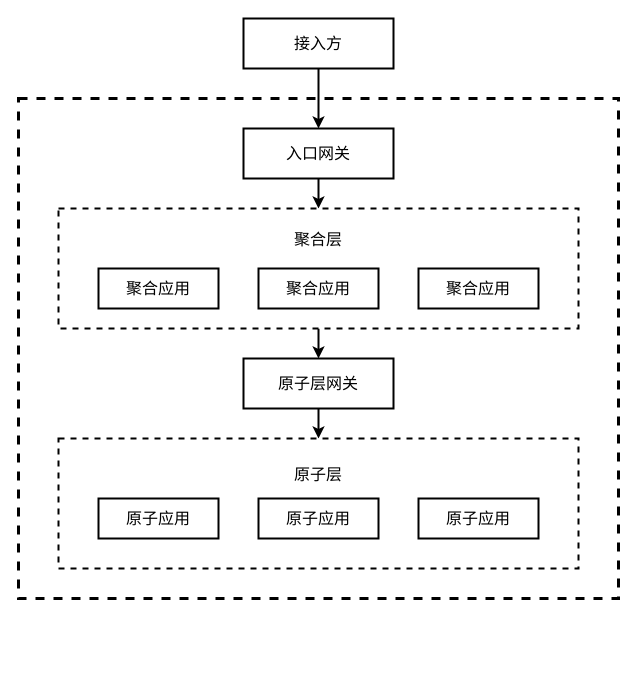
This is sse/业务中台现状.drawio from yimzncy/draw, a draw.io file, before an edit. Source tidied: cells renumbered, new cells numbered last; positions are measured from the earlier drawing's top-left corner, leaving out a move shared by most shapes. Both pictures are drawn from the tidied source at 100%, with x=0, y=0 at pixel (18, 18).
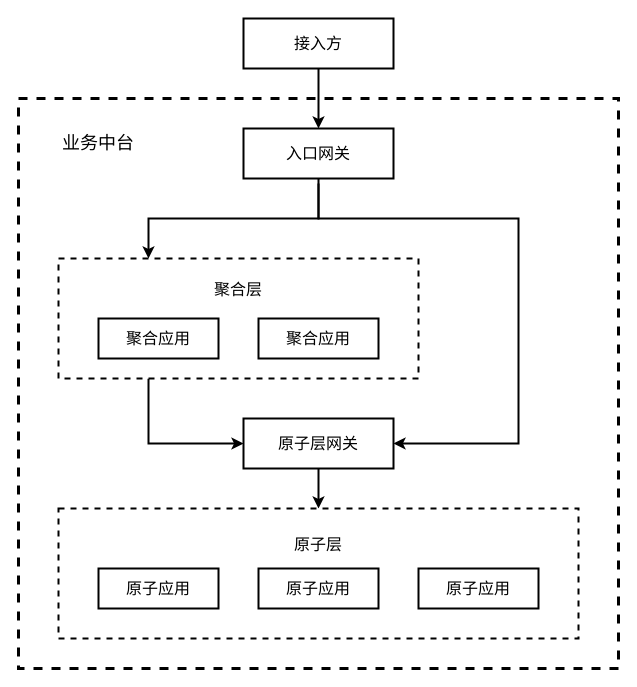
After the change.

Commit message:
Update 业务中台现状.drawio

Unchanged cells that the change refers to:
```xml
<mxCell id="6" value="入口网关" style="rounded=0;whiteSpace=wrap;html=1;strokeWidth=2;gradientColor=none;fontSize=16;" parent="1" vertex="1">
  <mxGeometry x="225" y="110" width="150" height="50" as="geometry" />
</mxCell>
```

Diff of the diagram source:
```diff
@@
     <mxCell id="2" style="rounded=0;whiteSpace=wrap;html=1;fillColor=none;dashed=1;strokeWidth=3;" parent="1" vertex="1">
-      <mxGeometry y="80" width="600" height="500" as="geometry" />
+      <mxGeometry y="80" width="600" height="570" as="geometry" />
     </mxCell>
@@
-    <mxCell id="5" style="edgeStyle=orthogonalEdgeStyle;rounded=0;jettySize=auto;html=1;exitX=0.5;exitY=1;exitDx=0;exitDy=0;entryX=0.5;entryY=0;entryDx=0;entryDy=0;strokeWidth=2;fontSize=16;" parent="1" edge="1" source="6" target="8">
+    <mxCell id="5" style="edgeStyle=orthogonalEdgeStyle;rounded=0;jettySize=auto;html=1;exitX=0.5;exitY=1;exitDx=0;exitDy=0;entryX=0.25;entryY=0;entryDx=0;entryDy=0;strokeWidth=2;" parent="1" edge="1" source="6" target="8">
       <mxGeometry relative="1" as="geometry" />
     </mxCell>
+    <mxCell id="18" style="edgeStyle=orthogonalEdgeStyle;rounded=0;jettySize=auto;html=1;strokeWidth=2;exitX=0.5;exitY=1;exitDx=0;exitDy=0;endArrow=classic;endFill=1;entryX=1;entryY=0.5;entryDx=0;entryDy=0;" parent="1" edge="1" target="10">
+      <mxGeometry relative="1" as="geometry">
+        <mxPoint x="300" y="165" as="sourcePoint" />
+        <Array as="points">
+          <mxPoint x="300" y="200" />
+          <mxPoint x="500" y="200" />
+          <mxPoint x="500" y="425" />
+        </Array>
+      </mxGeometry>
+    </mxCell>
@@
-    <mxCell id="7" style="edgeStyle=orthogonalEdgeStyle;rounded=0;jettySize=auto;html=1;exitX=0.5;exitY=1;exitDx=0;exitDy=0;entryX=0.5;entryY=0;entryDx=0;entryDy=0;strokeWidth=2;fontSize=16;" parent="1" edge="1" source="8" target="10">
+    <mxCell id="7" style="edgeStyle=orthogonalEdgeStyle;rounded=0;jettySize=auto;html=1;exitX=0.25;exitY=1;exitDx=0;exitDy=0;entryX=0;entryY=0.5;entryDx=0;entryDy=0;endArrow=classic;endFill=1;strokeWidth=2;" parent="1" edge="1" source="8" target="10">
       <mxGeometry relative="1" as="geometry" />
     </mxCell>
     <mxCell id="8" value="聚合层&lt;br&gt;&lt;br&gt;&lt;br&gt;&lt;br&gt;" style="rounded=0;whiteSpace=wrap;html=1;strokeWidth=2;fillColor=#ffffff;gradientColor=none;fontSize=16;dashed=1;" parent="1" vertex="1">
-      <mxGeometry x="40" y="190" width="520" height="120" as="geometry" />
+      <mxGeometry x="40" y="240" width="360" height="120" as="geometry" />
     </mxCell>
-    <mxCell id="9" style="edgeStyle=orthogonalEdgeStyle;rounded=0;jettySize=auto;html=1;exitX=0.5;exitY=1;exitDx=0;exitDy=0;entryX=0.5;entryY=0;entryDx=0;entryDy=0;strokeWidth=2;fontSize=16;" parent="1" edge="1" source="10" target="11">
+    <mxCell id="9" style="edgeStyle=orthogonalEdgeStyle;rounded=0;jettySize=auto;html=1;entryX=0.5;entryY=0;entryDx=0;entryDy=0;strokeWidth=2;" parent="1" edge="1" source="10" target="11">
       <mxGeometry relative="1" as="geometry" />
     </mxCell>
     <mxCell id="10" value="原子层网关" style="rounded=0;whiteSpace=wrap;html=1;strokeWidth=2;gradientColor=none;fontSize=16;" parent="1" vertex="1">
-      <mxGeometry x="225" y="340" width="150" height="50" as="geometry" />
+      <mxGeometry x="225" y="400" width="150" height="50" as="geometry" />
     </mxCell>
     <mxCell id="11" value="原子层&lt;br&gt;&lt;br&gt;&lt;br&gt;&lt;br&gt;" style="rounded=0;whiteSpace=wrap;html=1;strokeWidth=2;fillColor=#ffffff;gradientColor=none;fontSize=16;dashed=1;" parent="1" vertex="1">
-      <mxGeometry x="40" y="420" width="520" height="130" as="geometry" />
+      <mxGeometry x="40" y="490" width="520" height="130" as="geometry" />
     </mxCell>
     <mxCell id="12" value="聚合应用" style="rounded=0;whiteSpace=wrap;html=1;strokeWidth=2;fillColor=#ffffff;gradientColor=none;fontSize=16;" parent="1" vertex="1">
-      <mxGeometry x="80" y="250" width="120" height="40" as="geometry" />
+      <mxGeometry x="80" y="300" width="120" height="40" as="geometry" />
     </mxCell>
     <mxCell id="13" value="聚合应用" style="rounded=0;whiteSpace=wrap;html=1;strokeWidth=2;fillColor=#ffffff;gradientColor=none;fontSize=16;" parent="1" vertex="1">
-      <mxGeometry x="240" y="250" width="120" height="40" as="geometry" />
+      <mxGeometry x="240" y="300" width="120" height="40" as="geometry" />
     </mxCell>
-    <mxCell id="14" value="聚合应用" style="rounded=0;whiteSpace=wrap;html=1;strokeWidth=2;fillColor=#ffffff;gradientColor=none;fontSize=16;" parent="1" vertex="1">
-      <mxGeometry x="400" y="250" width="120" height="40" as="geometry" />
-    </mxCell>
     <mxCell id="15" value="原子应用" style="rounded=0;whiteSpace=wrap;html=1;strokeWidth=2;fillColor=#ffffff;gradientColor=none;fontSize=16;" parent="1" vertex="1">
-      <mxGeometry x="80" y="480" width="120" height="40" as="geometry" />
+      <mxGeometry x="80" y="550" width="120" height="40" as="geometry" />
     </mxCell>
     <mxCell id="16" value="原子应用" style="rounded=0;whiteSpace=wrap;html=1;strokeWidth=2;fillColor=#ffffff;gradientColor=none;fontSize=16;" parent="1" vertex="1">
-      <mxGeometry x="240" y="480" width="120" height="40" as="geometry" />
+      <mxGeometry x="240" y="550" width="120" height="40" as="geometry" />
     </mxCell>
     <mxCell id="17" value="原子应用" style="rounded=0;whiteSpace=wrap;html=1;strokeWidth=2;fillColor=#ffffff;gradientColor=none;fontSize=16;" parent="1" vertex="1">
-      <mxGeometry x="400" y="480" width="120" height="40" as="geometry" />
+      <mxGeometry x="400" y="550" width="120" height="40" as="geometry" />
     </mxCell>
+    <mxCell id="19" value="&lt;font style=&quot;font-size: 18px;&quot;&gt;业务中台&lt;/font&gt;" style="text;html=1;strokeColor=none;fillColor=none;align=center;verticalAlign=middle;whiteSpace=wrap;rounded=0;fontSize=18;" parent="1" vertex="1">
+      <mxGeometry x="40" y="110" width="80" height="30" as="geometry" />
+    </mxCell>
```
